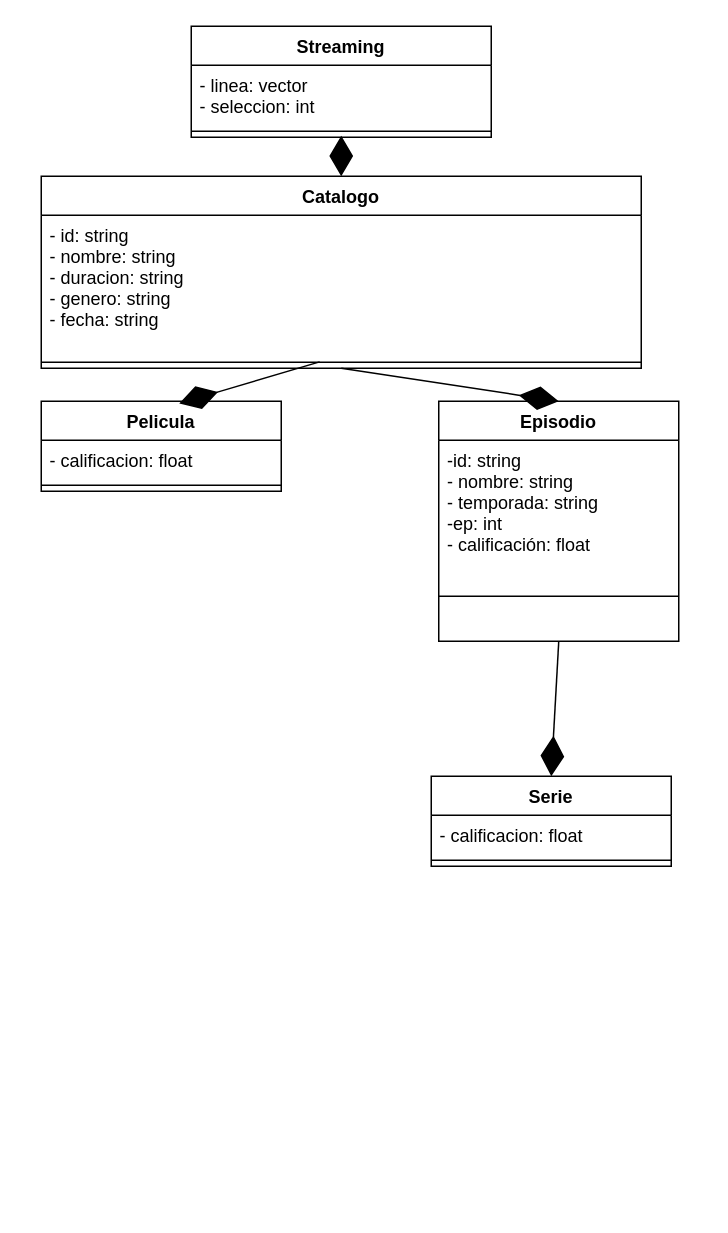
The draw.io diagram streaming.drawio in A01750658/proyecto_cpp, before the edit. Source tidied: cells renumbered, new cells numbered last; positions are measured from the earlier drawing's top-left corner, leaving out a move shared by most shapes. Both pictures are drawn from the tidied source at 150%, with x=0, y=0 at pixel (40, 26).
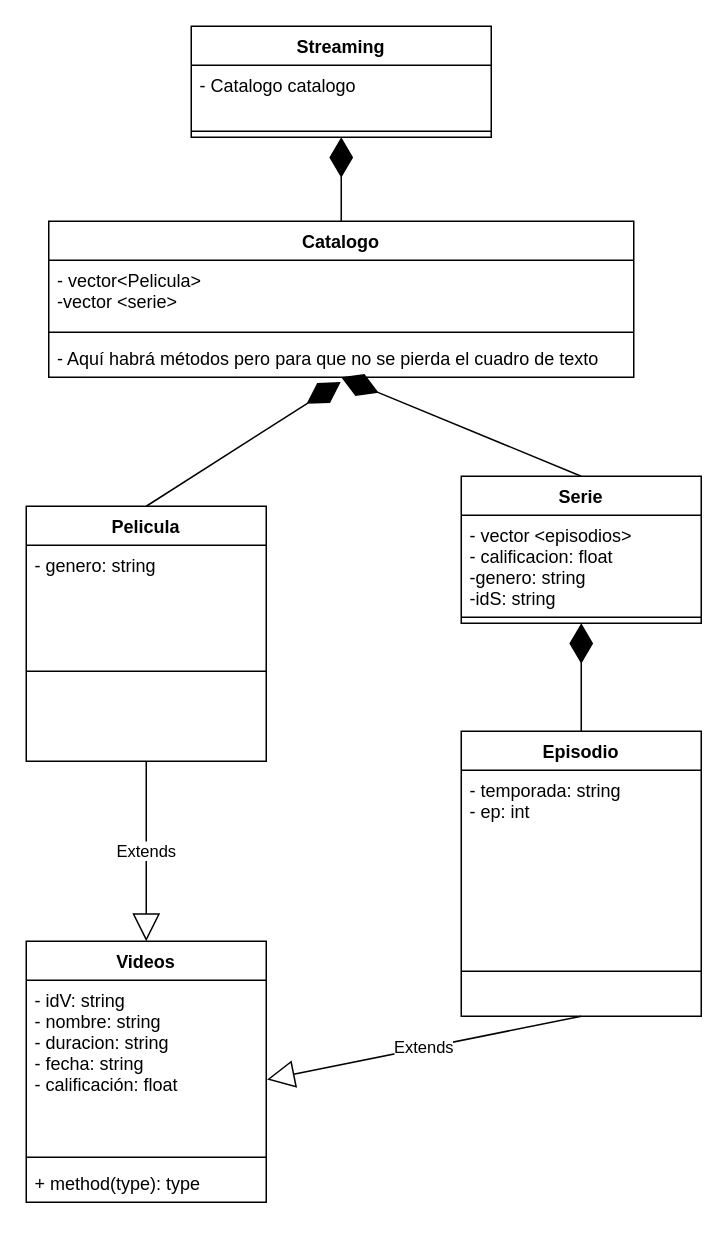
The same diagram, later.

Commit message:
segunda entrega de UML

The change refers to these unchanged cells:
```xml
<mxCell id="14" value="Streaming" style="swimlane;fontStyle=1;align=center;verticalAlign=top;horizontal=1;startSize=26;" parent="1" vertex="1">
  <mxGeometry x="100" width="200" height="74" as="geometry" />
</mxCell>
```

Diff of the diagram source:
```diff
@@
     <mxCell id="2" value="Pelicula" style="swimlane;fontStyle=1;align=center;verticalAlign=top;horizontal=1;startSize=26;" parent="1" vertex="1">
-      <mxGeometry y="250" width="160" height="60" as="geometry" />
+      <mxGeometry x="-10" y="320" width="160" height="170" as="geometry" />
     </mxCell>
-    <mxCell id="3" value="- calificacion: float" style="text;strokeColor=none;fillColor=none;align=left;verticalAlign=top;spacingLeft=4;spacingRight=4;overflow=hidden;" parent="2" vertex="1">
-      <mxGeometry y="26" width="160" height="26" as="geometry" />
+    <mxCell id="3" value="- genero: string&#10;" style="text;strokeColor=none;fillColor=none;align=left;verticalAlign=top;spacingLeft=4;spacingRight=4;overflow=hidden;" parent="2" vertex="1">
+      <mxGeometry y="26" width="160" height="24" as="geometry" />
     </mxCell>
     <mxCell id="4" style="line;strokeWidth=1;fillColor=none;align=left;verticalAlign=middle;spacingTop=-1;spacingLeft=3;spacingRight=3;labelPosition=right;" parent="2" vertex="1">
-      <mxGeometry y="52" width="160" height="8" as="geometry" />
+      <mxGeometry y="50" width="160" height="120" as="geometry" />
     </mxCell>
     <mxCell id="5" value="Serie" style="swimlane;fontStyle=1;align=center;verticalAlign=top;horizontal=1;startSize=26;" parent="1" vertex="1">
-      <mxGeometry x="260" y="500" width="160" height="60" as="geometry" />
+      <mxGeometry x="280" y="300" width="160" height="98" as="geometry" />
     </mxCell>
-    <mxCell id="6" value="- calificacion: float" style="text;strokeColor=none;fillColor=none;align=left;verticalAlign=top;spacingLeft=4;spacingRight=4;overflow=hidden;" parent="5" vertex="1">
-      <mxGeometry y="26" width="160" height="26" as="geometry" />
+    <mxCell id="6" value="- vector &lt;episodios&gt;&#10;- calificacion: float&#10;-genero: string&#10;-idS: string" style="text;strokeColor=none;fillColor=none;align=left;verticalAlign=top;spacingLeft=4;spacingRight=4;overflow=hidden;" parent="5" vertex="1">
+      <mxGeometry y="26" width="160" height="64" as="geometry" />
     </mxCell>
     <mxCell id="7" style="line;strokeWidth=1;fillColor=none;align=left;verticalAlign=middle;spacingTop=-1;spacingLeft=3;spacingRight=3;labelPosition=right;" parent="5" vertex="1">
-      <mxGeometry y="52" width="160" height="8" as="geometry" />
+      <mxGeometry y="90" width="160" height="8" as="geometry" />
     </mxCell>
     <mxCell id="8" value="Episodio" style="swimlane;fontStyle=1;align=center;verticalAlign=top;horizontal=1;startSize=26;" parent="1" vertex="1">
-      <mxGeometry x="265" y="250" width="160" height="160" as="geometry" />
+      <mxGeometry x="280" y="470" width="160" height="190" as="geometry" />
     </mxCell>
-    <mxCell id="9" value="-id: string&#10;- nombre: string&#10;- temporada: string&#10;-ep: int&#10;- calificación: float" style="text;strokeColor=none;fillColor=none;align=left;verticalAlign=top;spacingLeft=4;spacingRight=4;overflow=hidden;" parent="8" vertex="1">
-      <mxGeometry y="26" width="160" height="74" as="geometry" />
+    <mxCell id="9" value="- temporada: string&#10;- ep: int&#10;" style="text;strokeColor=none;fillColor=none;align=left;verticalAlign=top;spacingLeft=4;spacingRight=4;overflow=hidden;" parent="8" vertex="1">
+      <mxGeometry y="26" width="160" height="104" as="geometry" />
     </mxCell>
     <mxCell id="10" style="line;strokeWidth=1;fillColor=none;align=left;verticalAlign=middle;spacingTop=-1;spacingLeft=3;spacingRight=3;labelPosition=right;" parent="8" vertex="1">
-      <mxGeometry y="100" width="160" height="60" as="geometry" />
+      <mxGeometry y="130" width="160" height="60" as="geometry" />
     </mxCell>
-    <mxCell id="11" value="Catalogo" style="swimlane;fontStyle=1;align=center;verticalAlign=top;horizontal=1;startSize=26;" parent="1" vertex="1">
-      <mxGeometry y="100" width="400" height="128" as="geometry" />
-    </mxCell>
-    <mxCell id="12" value="- id: string&#10;- nombre: string&#10;- duracion: string&#10;- genero: string&#10;- fecha: string" style="text;strokeColor=none;fillColor=none;align=left;verticalAlign=top;spacingLeft=4;spacingRight=4;overflow=hidden;" parent="11" vertex="1">
-      <mxGeometry y="26" width="400" height="94" as="geometry" />
-    </mxCell>
-    <mxCell id="13" style="line;strokeWidth=1;fillColor=none;align=left;verticalAlign=middle;spacingTop=-1;spacingLeft=3;spacingRight=3;labelPosition=right;points=[];portConstraint=eastwest;" parent="11" vertex="1">
-      <mxGeometry y="120" width="400" height="8" as="geometry" />
-    </mxCell>
@@
-    <mxCell id="15" value="- linea: vector&#10;- seleccion: int" style="text;strokeColor=none;fillColor=none;align=left;verticalAlign=top;spacingLeft=4;spacingRight=4;overflow=hidden;" parent="14" vertex="1">
+    <mxCell id="15" value="- Catalogo catalogo" style="text;strokeColor=none;fillColor=none;align=left;verticalAlign=top;spacingLeft=4;spacingRight=4;overflow=hidden;" parent="14" vertex="1">
       <mxGeometry y="26" width="200" height="40" as="geometry" />
     </mxCell>
@@
-    <mxCell id="17" style="endArrow=diamondThin;endFill=1;endSize=24;html=1;entryX=0.575;entryY=0.024;entryDx=0;entryDy=0;entryPerimeter=0;exitX=0.464;exitY=0.471;exitDx=0;exitDy=0;exitPerimeter=0;" parent="1" edge="1" source="13" target="2">
+    <mxCell id="17" style="endArrow=diamondThin;endFill=1;endSize=24;html=1;exitX=0.5;exitY=0;exitDx=0;exitDy=0;entryX=0.499;entryY=1.123;entryDx=0;entryDy=0;entryPerimeter=0;" parent="1" edge="1" source="2" target="23">
       <mxGeometry relative="1" as="geometry" />
     </mxCell>
-    <mxCell id="18" style="endArrow=diamondThin;endFill=1;endSize=24;html=1;exitX=0.5;exitY=1;exitDx=0;exitDy=0;entryX=0.5;entryY=0;entryDx=0;entryDy=0;" parent="1" edge="1" source="11" target="8">
+    <mxCell id="18" style="endArrow=diamondThin;endFill=1;endSize=24;html=1;entryX=0.5;entryY=1;entryDx=0;entryDy=0;exitX=0.5;exitY=0;exitDx=0;exitDy=0;" parent="1" edge="1" source="5" target="11">
       <mxGeometry relative="1" as="geometry" />
     </mxCell>
-    <mxCell id="19" style="endArrow=diamondThin;endFill=1;endSize=24;html=1;exitX=0.5;exitY=1;exitDx=0;exitDy=0;" parent="1" edge="1" source="14">
-      <mxGeometry relative="1" as="geometry">
-        <mxPoint x="200" y="100" as="targetPoint" />
-      </mxGeometry>
+    <mxCell id="19" style="endArrow=diamondThin;endFill=1;endSize=24;html=1;entryX=0.5;entryY=1;entryDx=0;entryDy=0;exitX=0.5;exitY=0;exitDx=0;exitDy=0;" parent="1" edge="1" source="11" target="14">
+      <mxGeometry relative="1" as="geometry" />
     </mxCell>
-    <mxCell id="20" style="endArrow=diamondThin;endFill=1;endSize=24;html=1;exitX=0.5;exitY=1;exitDx=0;exitDy=0;entryX=0.5;entryY=0;entryDx=0;entryDy=0;" parent="1" edge="1" source="8" target="5">
+    <mxCell id="20" style="endArrow=diamondThin;endFill=1;endSize=24;html=1;exitX=0.5;exitY=0;exitDx=0;exitDy=0;entryX=0.5;entryY=1;entryDx=0;entryDy=0;" parent="1" edge="1" source="8" target="5">
       <mxGeometry relative="1" as="geometry" />
     </mxCell>
+    <mxCell id="11" value="Catalogo" style="swimlane;fontStyle=1;align=center;verticalAlign=top;horizontal=1;startSize=26;" parent="1" vertex="1">
+      <mxGeometry x="5" y="130" width="390" height="104" as="geometry" />
+    </mxCell>
+    <mxCell id="21" value="- vector&lt;Pelicula&gt;&#10;-vector &lt;serie&gt;" style="text;strokeColor=none;fillColor=none;align=left;verticalAlign=top;spacingLeft=4;spacingRight=4;overflow=hidden;" parent="11" vertex="1">
+      <mxGeometry y="26" width="390" height="44" as="geometry" />
+    </mxCell>
+    <mxCell id="22" style="line;strokeWidth=1;fillColor=none;align=left;verticalAlign=middle;spacingTop=-1;spacingLeft=3;spacingRight=3;labelPosition=right;strokeColor=inherit;" parent="11" vertex="1">
+      <mxGeometry y="70" width="390" height="8" as="geometry" />
+    </mxCell>
+    <mxCell id="23" value="- Aquí habrá métodos pero para que no se pierda el cuadro de texto " style="text;strokeColor=none;fillColor=none;align=left;verticalAlign=top;spacingLeft=4;spacingRight=4;overflow=hidden;points=[[0,0.5],[1,0.5]];portConstraint=eastwest;" parent="11" vertex="1">
+      <mxGeometry y="78" width="390" height="26" as="geometry" />
+    </mxCell>
+    <mxCell id="24" value="Videos" style="swimlane;fontStyle=1;align=center;verticalAlign=top;horizontal=1;startSize=26;" parent="1" vertex="1">
+      <mxGeometry x="-10" y="610" width="160" height="174" as="geometry" />
+    </mxCell>
+    <mxCell id="25" value="- idV: string&#10;- nombre: string&#10;- duracion: string&#10;- fecha: string&#10;- calificación: float" style="text;strokeColor=none;fillColor=none;align=left;verticalAlign=top;spacingLeft=4;spacingRight=4;overflow=hidden;points=[[0,0.5],[1,0.5]];portConstraint=eastwest;" parent="24" vertex="1">
+      <mxGeometry y="26" width="160" height="114" as="geometry" />
+    </mxCell>
+    <mxCell id="26" style="line;strokeWidth=1;fillColor=none;align=left;verticalAlign=middle;spacingTop=-1;spacingLeft=3;spacingRight=3;labelPosition=right;strokeColor=inherit;" parent="24" vertex="1">
+      <mxGeometry y="140" width="160" height="8" as="geometry" />
+    </mxCell>
+    <mxCell id="27" value="+ method(type): type" style="text;strokeColor=none;fillColor=none;align=left;verticalAlign=top;spacingLeft=4;spacingRight=4;overflow=hidden;" parent="24" vertex="1">
+      <mxGeometry y="148" width="160" height="26" as="geometry" />
+    </mxCell>
+    <mxCell id="28" value="Extends" style="endArrow=block;endSize=16;endFill=0;html=1;entryX=0.5;entryY=0;entryDx=0;entryDy=0;exitX=0.5;exitY=1;exitDx=0;exitDy=0;" parent="1" edge="1" source="2" target="24">
+      <mxGeometry relative="1" as="geometry" />
+    </mxCell>
+    <mxCell id="29" value="Extends" style="endArrow=block;endSize=16;endFill=0;html=1;exitX=0.5;exitY=1;exitDx=0;exitDy=0;entryX=1.003;entryY=0.581;entryDx=0;entryDy=0;entryPerimeter=0;" parent="1" edge="1" source="8" target="25">
+      <mxGeometry relative="1" as="geometry" />
+    </mxCell>
```
